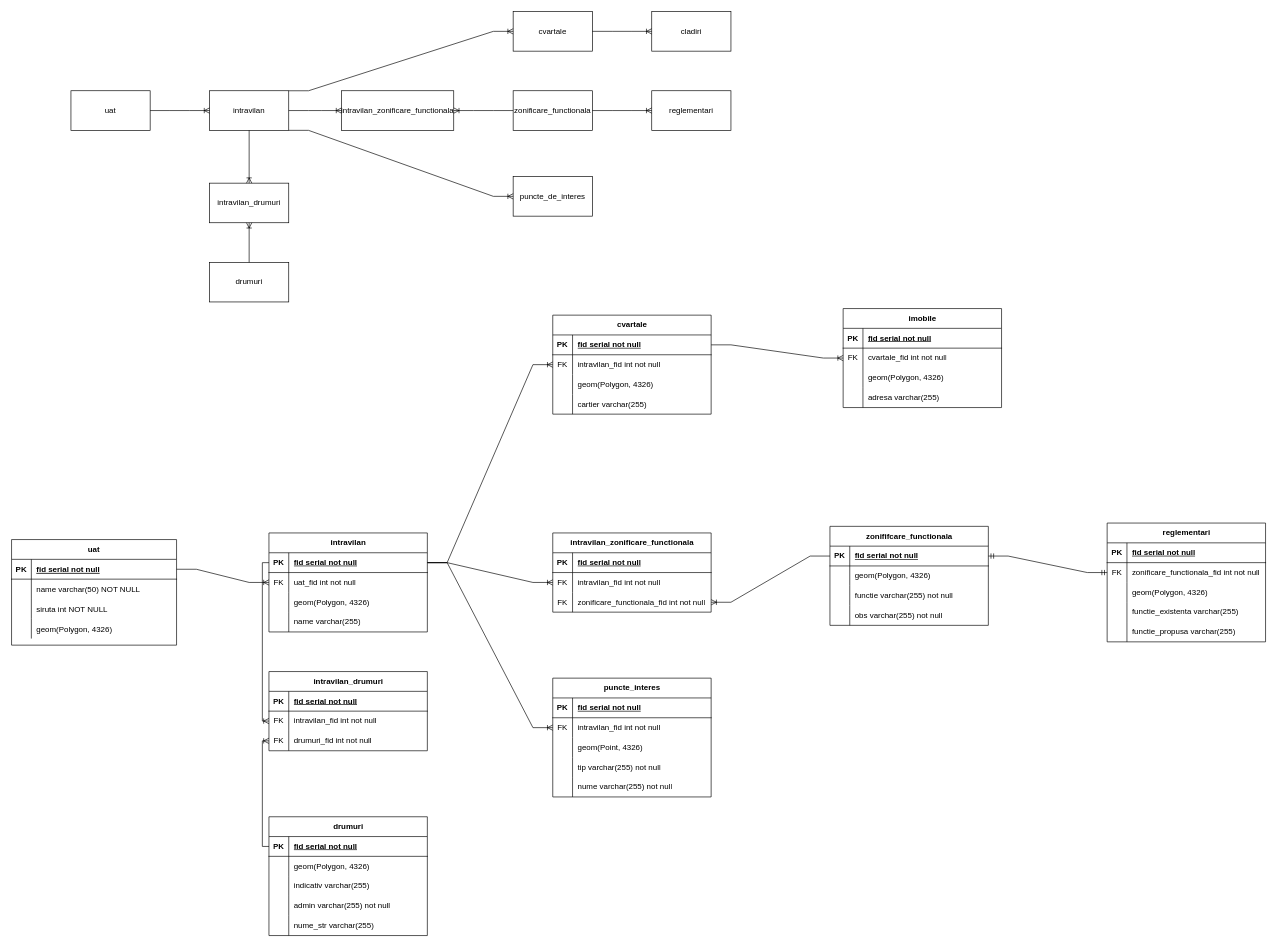
Before: Zonificare funcionala.drawio in vitorjurj/exam_sem2_db, a draw.io diagram. Source tidied: cells renumbered, new cells numbered last; positions are measured from the earlier drawing's top-left corner, leaving out a move shared by most shapes. Both pictures are drawn from the tidied source at 66%, with x=0, y=0 at pixel (11, 11).
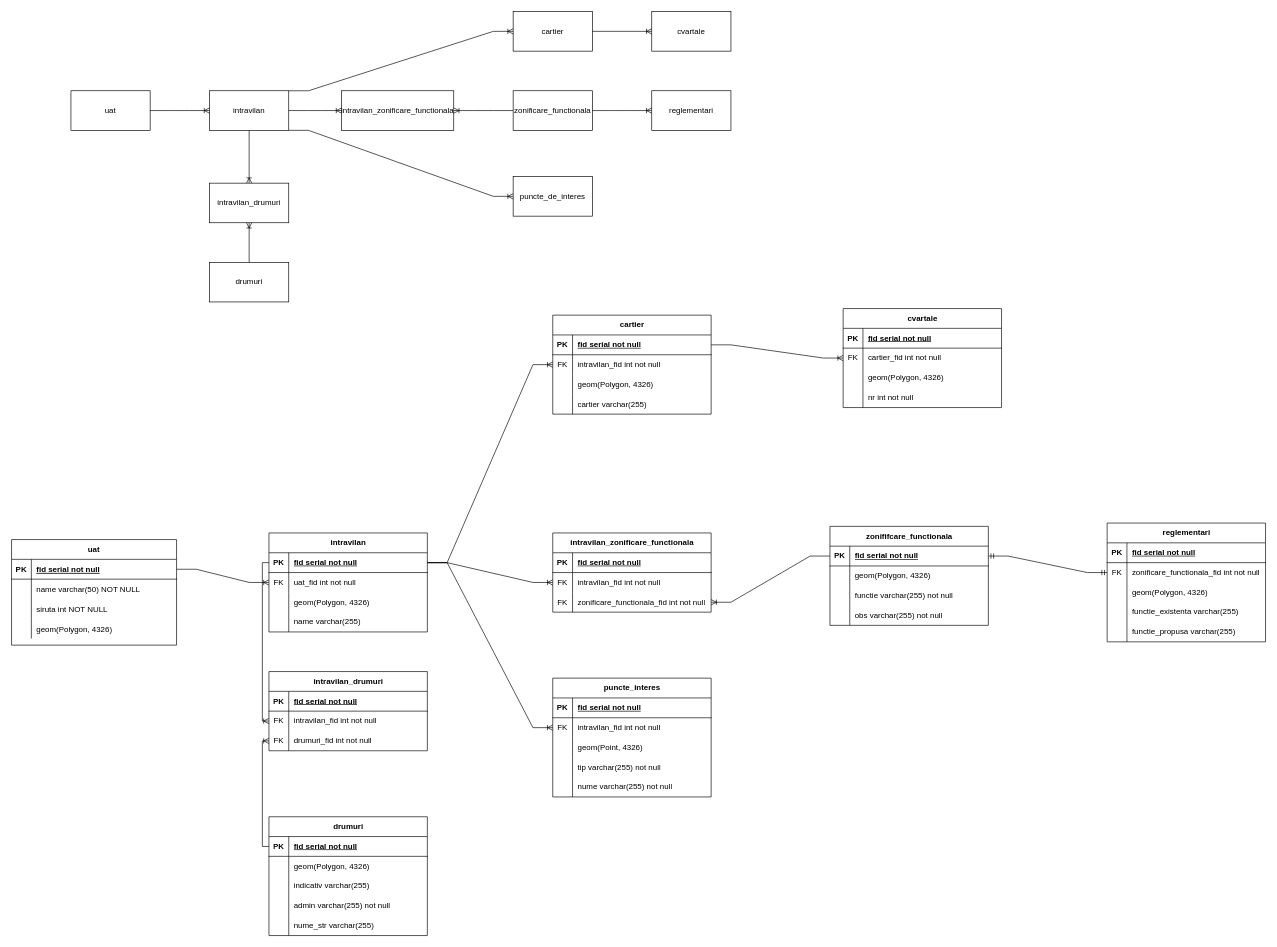
Above is the later version.

The change refers to these unchanged cells:
```xml
<mxCell id="119" style="shape=tableRow;horizontal=0;startSize=0;swimlaneHead=0;swimlaneBody=0;fillColor=none;points=[[0,0.5],[1,0.5]];portConstraint=eastwest;top=0;left=0;right=0;bottom=0;" parent="115" vertex="1">
  <mxGeometry y="60" width="240" height="30" as="geometry" />
</mxCell>
<mxCell id="125" style="shape=tableRow;horizontal=0;startSize=0;swimlaneHead=0;swimlaneBody=0;fillColor=none;top=0;left=0;right=0;bottom=0;" parent="115" vertex="1">
  <mxGeometry y="120" width="240" height="30" as="geometry" />
</mxCell>
```

Change to the diagram source:
```diff
@@
-    <mxCell id="3" value="cvartale" style="rounded=0;whiteSpace=wrap;html=1;" parent="1" vertex="1">
+    <mxCell id="3" value="cartier" style="rounded=0;whiteSpace=wrap;html=1;" parent="1" vertex="1">
       <mxGeometry x="760" width="120" height="60" as="geometry" />
     </mxCell>
@@
-    <mxCell id="5" value="cladiri" style="rounded=0;whiteSpace=wrap;html=1;" parent="1" vertex="1">
+    <mxCell id="5" value="cvartale" style="rounded=0;whiteSpace=wrap;html=1;" parent="1" vertex="1">
       <mxGeometry x="970" width="120" height="60" as="geometry" />
     </mxCell>
@@
-    <mxCell id="101" value="cvartale" style="shape=table;startSize=30;childLayout=tableLayout;rowLines=0;fontStyle=1;align=center;html=1;" parent="1" vertex="1">
+    <mxCell id="101" value="cartier" style="shape=table;startSize=30;childLayout=tableLayout;rowLines=0;fontStyle=1;align=center;html=1;" parent="1" vertex="1">
       <mxGeometry x="820" y="460" width="240" height="150" as="geometry" />
     </mxCell>
@@
-    <mxCell id="115" value="imobile" style="shape=table;startSize=30;childLayout=tableLayout;rowLines=0;fontStyle=1;align=center;html=1;" parent="1" vertex="1">
+    <mxCell id="115" value="cvartale" style="shape=table;startSize=30;childLayout=tableLayout;rowLines=0;fontStyle=1;align=center;html=1;" parent="1" vertex="1">
       <mxGeometry x="1260" y="450" width="240" height="150" as="geometry" />
     </mxCell>
@@
-    <mxCell id="121" value="cvartale_fid int not null" style="shape=partialRectangle;fillColor=none;top=0;left=0;bottom=0;right=0;align=left;spacingLeft=6;overflow=hidden;whiteSpace=wrap;html=1;" parent="119" vertex="1">
+    <mxCell id="121" value="cartier_fid int not null" style="shape=partialRectangle;fillColor=none;top=0;left=0;bottom=0;right=0;align=left;spacingLeft=6;overflow=hidden;whiteSpace=wrap;html=1;" parent="119" vertex="1">
       <mxGeometry x="30" width="210" height="30" as="geometry" />
     </mxCell>
@@
-    <mxCell id="127" value="adresa varchar(255)" style="shape=partialRectangle;fillColor=none;top=0;left=0;bottom=0;right=0;align=left;spacingLeft=6;overflow=hidden;whiteSpace=wrap;html=1;" parent="125" vertex="1">
+    <mxCell id="127" value="nr int not null" style="shape=partialRectangle;fillColor=none;top=0;left=0;bottom=0;right=0;align=left;spacingLeft=6;overflow=hidden;whiteSpace=wrap;html=1;" parent="125" vertex="1">
       <mxGeometry x="30" width="210" height="30" as="geometry" />
     </mxCell>
```
